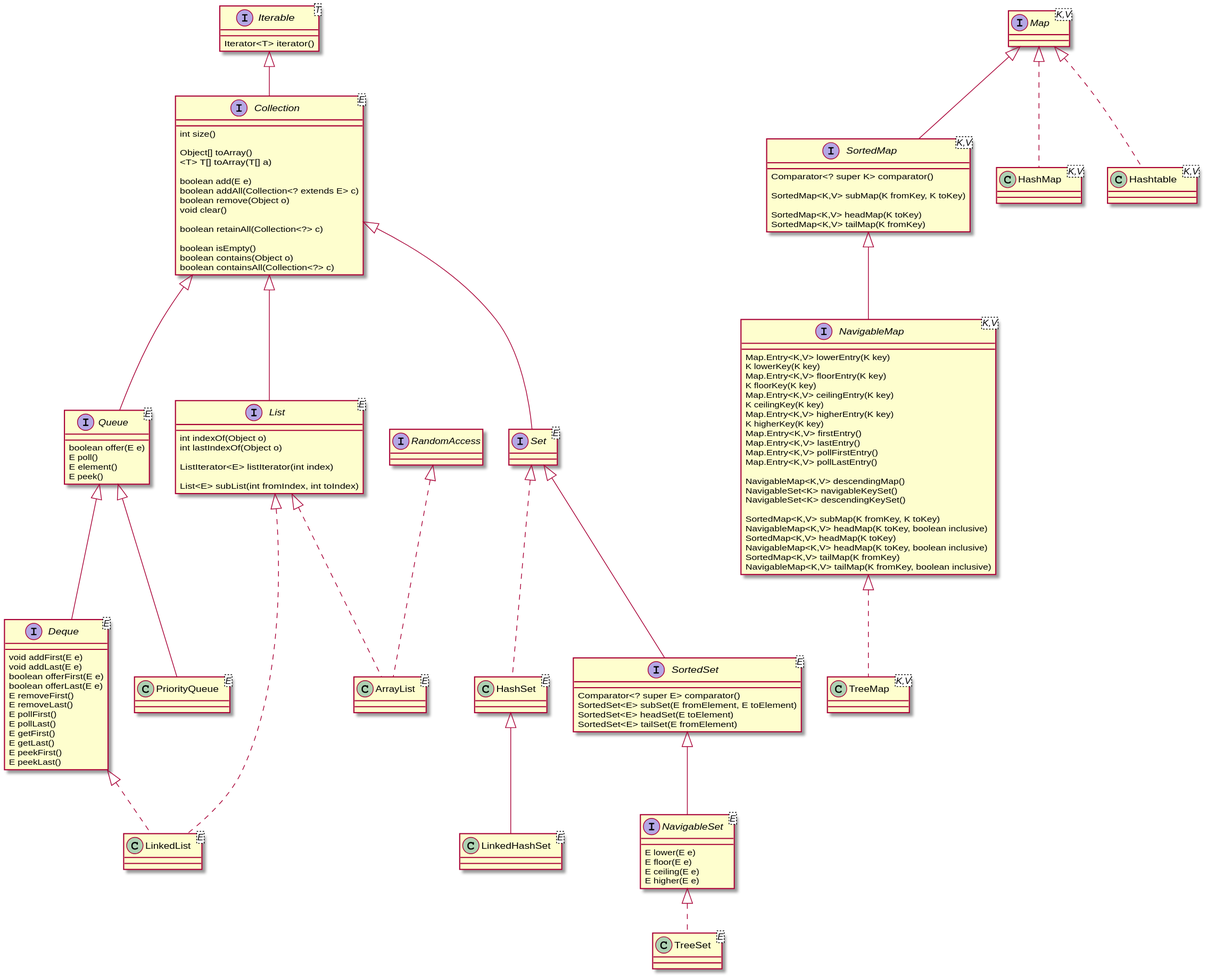
This is docs/core-java/core/puml/java-collections.svg from MurphyL/How-to, a PlantUML export, as it was before one commit. The source it was exported from:
```plantuml
@startuml
interface Iterable<T> {

    Iterator<T> iterator()

}

interface Map<K,V>

interface Collection<E> extends Iterable {

    int size()

    Object[] toArray()
    <T> T[] toArray(T[] a)

    boolean add(E e)
    boolean addAll(Collection<? extends E> c)
    boolean remove(Object o)
    void clear()

    boolean retainAll(Collection<?> c)

    boolean isEmpty()
    boolean contains(Object o)
    boolean containsAll(Collection<?> c)
}

interface Queue<E> extends Collection {

    boolean offer(E e)
    E poll()
    E element()
    E peek()
}

interface Deque<E> extends Queue {

    void addFirst(E e)
    void addLast(E e)
    boolean offerFirst(E e)
    boolean offerLast(E e)
    E removeFirst()
    E removeLast()
    E pollFirst()
    E pollLast()
    E getFirst()
    E getLast()
    E peekFirst()
    E peekLast()
}

class PriorityQueue<E> extends Queue

interface List<E> extends Collection {

    int indexOf(Object o)
    int lastIndexOf(Object o)

    ListIterator<E> listIterator(int index)

    List<E> subList(int fromIndex, int toIndex)
}

interface Set<E> extends Collection


class ArrayList<E> implements List, RandomAccess

class LinkedList<E> implements List, Deque


class HashSet<E> implements Set

interface SortedSet<E> extends Set {
    Comparator<? super E> comparator()
    SortedSet<E> subSet(E fromElement, E toElement)
    SortedSet<E> headSet(E toElement)
    SortedSet<E> tailSet(E fromElement)
}

interface NavigableSet<E> extends SortedSet {
    E lower(E e)
    E floor(E e)
    E ceiling(E e)
    E higher(E e)
}



class TreeSet<E> implements NavigableSet

class LinkedHashSet<E> extends HashSet

interface SortedMap<K,V> extends Map {

    Comparator<? super K> comparator()

    SortedMap<K,V> subMap(K fromKey, K toKey)

    SortedMap<K,V> headMap(K toKey)
    SortedMap<K,V> tailMap(K fromKey)
}

interface NavigableMap<K,V> extends SortedMap {

    Map.Entry<K,V> lowerEntry(K key)
    K lowerKey(K key)
    Map.Entry<K,V> floorEntry(K key)
    K floorKey(K key)
    Map.Entry<K,V> ceilingEntry(K key)
    K ceilingKey(K key)
    Map.Entry<K,V> higherEntry(K key)
    K higherKey(K key)
    Map.Entry<K,V> firstEntry()
    Map.Entry<K,V> lastEntry()
    Map.Entry<K,V> pollFirstEntry()
    Map.Entry<K,V> pollLastEntry()

    NavigableMap<K,V> descendingMap()
    NavigableSet<K> navigableKeySet()
    NavigableSet<K> descendingKeySet()

    SortedMap<K,V> subMap(K fromKey, K toKey)
    NavigableMap<K,V> headMap(K toKey, boolean inclusive)
    SortedMap<K,V> headMap(K toKey)
    NavigableMap<K,V> headMap(K toKey, boolean inclusive)
    SortedMap<K,V> tailMap(K fromKey)
    NavigableMap<K,V> tailMap(K fromKey, boolean inclusive)
}

class HashMap<K,V> implements Map

class TreeMap<K,V> implements NavigableMap

class Hashtable<K,V> implements Map
@enduml
```
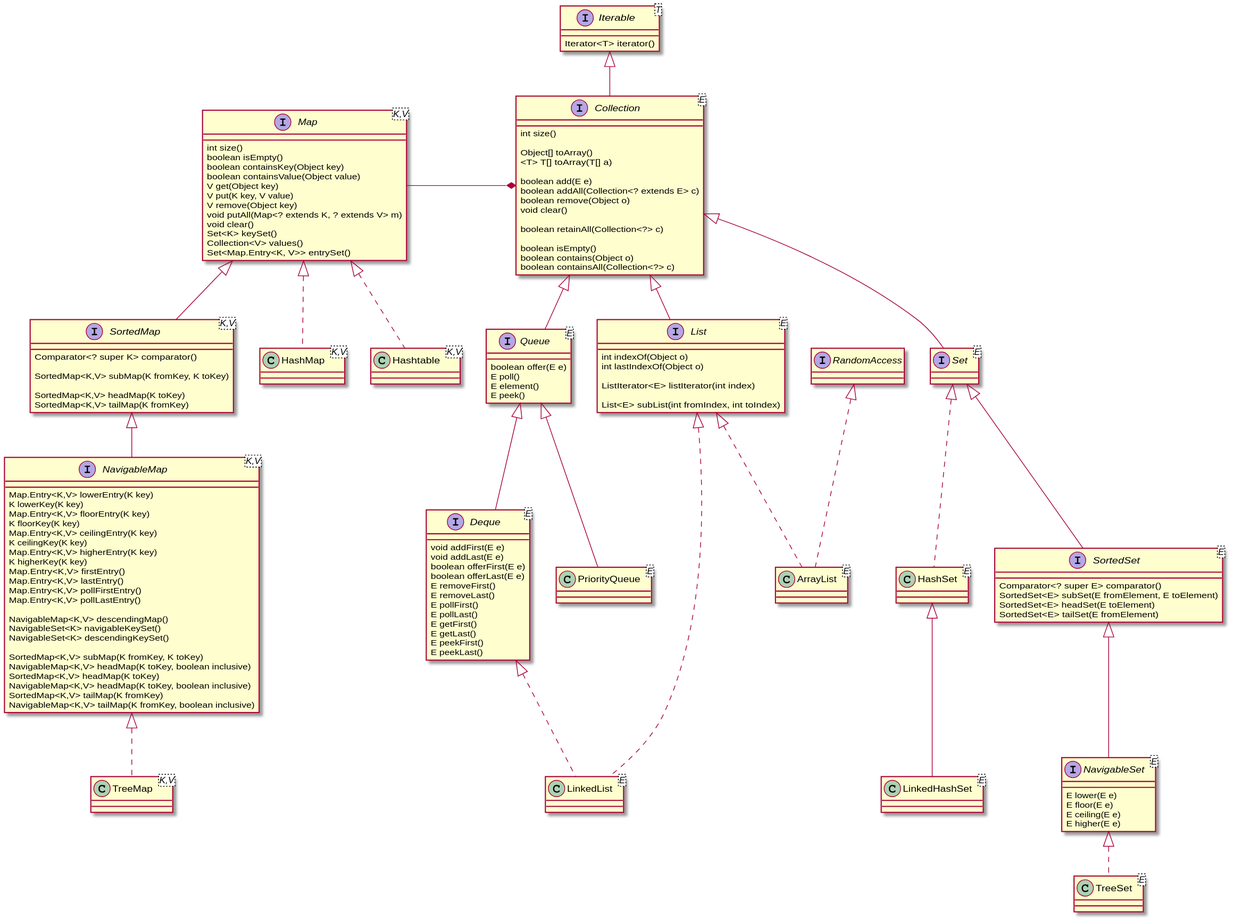
The same file after the commit.

Diff of the diagram source:
```diff
@@ -5,7 +5,21 @@
 
 }
 
-interface Map<K,V>
+interface Map<K,V> {
+
+    int size()
+    boolean isEmpty()
+    boolean containsKey(Object key)
+    boolean containsValue(Object value)
+    V get(Object key)
+    V put(K key, V value)
+    V remove(Object key)
+    void putAll(Map<? extends K, ? extends V> m)
+    void clear()
+    Set<K> keySet()
+    Collection<V> values()
+    Set<Map.Entry<K, V>> entrySet()
+}
 
 interface Collection<E> extends Iterable {
 
@@ -25,6 +39,10 @@
     boolean contains(Object o)
     boolean containsAll(Collection<?> c)
 }
+
+
+
+Map -* Collection
 
 interface Queue<E> extends Collection {
 
```
